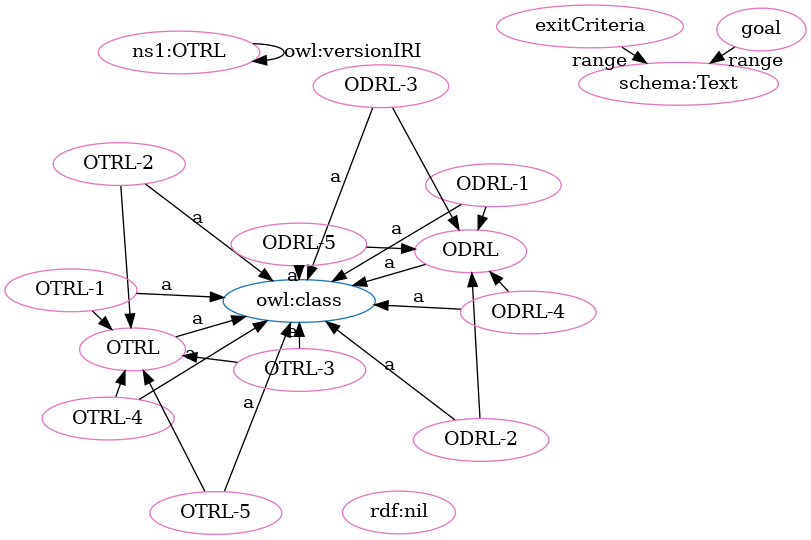
Earlier version of the Graphviz export OTRL-clean.png (OPEN-NEXT/OKH-LOSH). Its source is kept beside it as OTRL-clean.dot. Its diagram source:
```dot
digraph G {
  rankdir=BT
  node[height=.3]
"http://purl.org/oseg/ontologies/OTRL#ODRL" [fillcolor="#1f77b4" color="#1f77b4" label="ODRL"]
"http://www.w3.org/2002/07/owl#class" [fillcolor="#1f77b4" color="#1f77b4" label="owl:class"]
"http://purl.org/oseg/ontologies/OTRL#OTRL" [fillcolor="#1f77b4" color="#1f77b4" label="OTRL"]
"http://purl.org/oseg/ontologies/OTRL#ODRL" [fillcolor="#e377c2" color="#e377c2" label="ODRL"]
"http://purl.org/oseg/ontologies/OTRL" [fillcolor="#e377c2" color="#e377c2" label="ns1:OTRL"]
"http://purl.org/oseg/ontologies/OTRL#exitCriteria" [fillcolor="#e377c2" color="#e377c2" label="exitCriteria"]
"http://purl.org/oseg/ontologies/OTRL#OTRL-2" [fillcolor="#e377c2" color="#e377c2" label="OTRL-2"]
"http://purl.org/oseg/ontologies/OTRL#ODRL-1" [fillcolor="#e377c2" color="#e377c2" label="ODRL-1"]
"http://purl.org/oseg/ontologies/OTRL#ODRL-3" [fillcolor="#e377c2" color="#e377c2" label="ODRL-3"]
"http://purl.org/oseg/ontologies/OTRL#OTRL" [fillcolor="#e377c2" color="#e377c2" label="OTRL"]
"http://purl.org/oseg/ontologies/OTRL#OTRL-4" [fillcolor="#e377c2" color="#e377c2" label="OTRL-4"]
"http://purl.org/oseg/ontologies/OTRL#goal" [fillcolor="#e377c2" color="#e377c2" label="goal"]
"http://purl.org/oseg/ontologies/OTRL#ODRL-2" [fillcolor="#e377c2" color="#e377c2" label="ODRL-2"]
"http://purl.org/oseg/ontologies/OTRL#ODRL-5" [fillcolor="#e377c2" color="#e377c2" label="ODRL-5"]
"http://purl.org/oseg/ontologies/OTRL#OTRL-5" [fillcolor="#e377c2" color="#e377c2" label="OTRL-5"]
"http://schema.org/Text" [fillcolor="#e377c2" color="#e377c2" label="schema:Text"]
"http://purl.org/oseg/ontologies/OTRL#OTRL-3" [fillcolor="#e377c2" color="#e377c2" label="OTRL-3"]
"http://purl.org/oseg/ontologies/OTRL#OTRL-1" [fillcolor="#e377c2" color="#e377c2" label="OTRL-1"]
"http://purl.org/oseg/ontologies/OTRL#ODRL-4" [fillcolor="#e377c2" color="#e377c2" label="ODRL-4"]
"http://www.w3.org/1999/02/22-rdf-syntax-ns#nil" [fillcolor="#e377c2" color="#e377c2" label="rdf:nil"]
  "http://purl.org/oseg/ontologies/OTRL#OTRL-2" -> "http://www.w3.org/2002/07/owl#class" [label="a"]
  "http://purl.org/oseg/ontologies/OTRL#ODRL-1" -> "http://www.w3.org/2002/07/owl#class" [label="a"]
  "http://purl.org/oseg/ontologies/OTRL#ODRL-2" -> "http://www.w3.org/2002/07/owl#class" [label="a"]
  "http://purl.org/oseg/ontologies/OTRL#ODRL-3" -> "http://purl.org/oseg/ontologies/OTRL#ODRL" [label=""]
  "http://purl.org/oseg/ontologies/OTRL#OTRL-1" -> "http://purl.org/oseg/ontologies/OTRL#OTRL" [label=""]
  "http://purl.org/oseg/ontologies/OTRL#OTRL-1" -> "http://www.w3.org/2002/07/owl#class" [label="a"]
  "http://purl.org/oseg/ontologies/OTRL#ODRL-4" -> "http://www.w3.org/2002/07/owl#class" [label="a"]
  "http://purl.org/oseg/ontologies/OTRL#OTRL-4" -> "http://purl.org/oseg/ontologies/OTRL#OTRL" [label=""]
  "http://purl.org/oseg/ontologies/OTRL#goal" -> "http://schema.org/Text" [label="range"]
  "http://purl.org/oseg/ontologies/OTRL#ODRL" -> "http://www.w3.org/2002/07/owl#class" [label="a"]
  "http://purl.org/oseg/ontologies/OTRL#ODRL-2" -> "http://purl.org/oseg/ontologies/OTRL#ODRL" [label=""]
  "http://purl.org/oseg/ontologies/OTRL#ODRL-3" -> "http://www.w3.org/2002/07/owl#class" [label="a"]
  "http://purl.org/oseg/ontologies/OTRL#OTRL-4" -> "http://www.w3.org/2002/07/owl#class" [label="a"]
  "http://purl.org/oseg/ontologies/OTRL#OTRL-2" -> "http://purl.org/oseg/ontologies/OTRL#OTRL" [label=""]
  "http://purl.org/oseg/ontologies/OTRL" -> "http://purl.org/oseg/ontologies/OTRL" [label="owl:versionIRI"]
  "http://purl.org/oseg/ontologies/OTRL#OTRL-3" -> "http://purl.org/oseg/ontologies/OTRL#OTRL" [label=""]
  "http://purl.org/oseg/ontologies/OTRL#ODRL-5" -> "http://www.w3.org/2002/07/owl#class" [label="a"]
  "http://purl.org/oseg/ontologies/OTRL#ODRL-4" -> "http://purl.org/oseg/ontologies/OTRL#ODRL" [label=""]
  "http://purl.org/oseg/ontologies/OTRL#OTRL-5" -> "http://www.w3.org/2002/07/owl#class" [label="a"]
  "http://purl.org/oseg/ontologies/OTRL#exitCriteria" -> "http://schema.org/Text" [label="range"]
  "http://purl.org/oseg/ontologies/OTRL#OTRL-3" -> "http://www.w3.org/2002/07/owl#class" [label="a"]
  "http://purl.org/oseg/ontologies/OTRL#ODRL-5" -> "http://purl.org/oseg/ontologies/OTRL#ODRL" [label=""]
  "http://purl.org/oseg/ontologies/OTRL#OTRL" -> "http://www.w3.org/2002/07/owl#class" [label="a"]
  "http://purl.org/oseg/ontologies/OTRL#OTRL-5" -> "http://purl.org/oseg/ontologies/OTRL#OTRL" [label=""]
  "http://purl.org/oseg/ontologies/OTRL#ODRL-1" -> "http://purl.org/oseg/ontologies/OTRL#ODRL" [label=""]
}
```
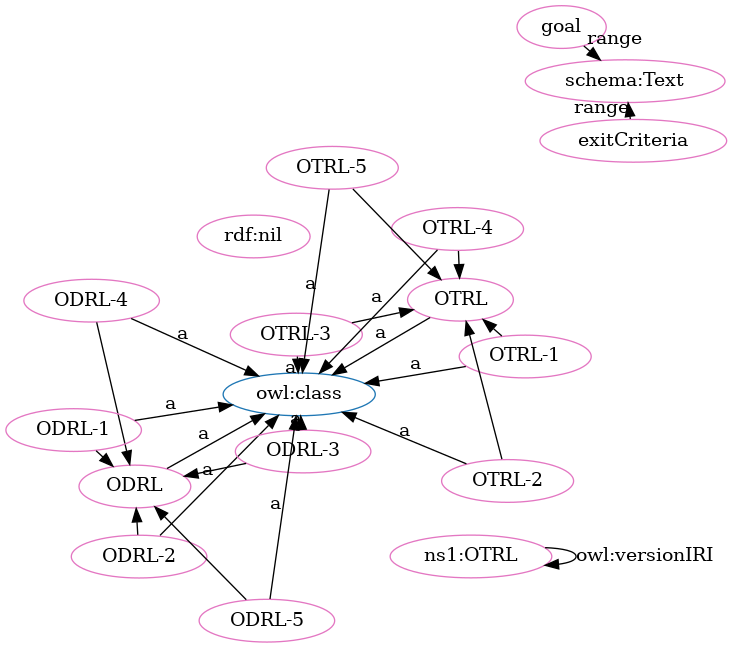
After the change.

The edit, as a diff of the source:
```diff
@@ -1,49 +1,49 @@
 digraph G {
   rankdir=BT
   node[height=.3]
-"http://purl.org/oseg/ontologies/OTRL#ODRL" [fillcolor="#1f77b4" color="#1f77b4" label="ODRL"]
 "http://www.w3.org/2002/07/owl#class" [fillcolor="#1f77b4" color="#1f77b4" label="owl:class"]
 "http://purl.org/oseg/ontologies/OTRL#OTRL" [fillcolor="#1f77b4" color="#1f77b4" label="OTRL"]
+"http://purl.org/oseg/ontologies/OTRL#ODRL" [fillcolor="#1f77b4" color="#1f77b4" label="ODRL"]
+"http://purl.org/oseg/ontologies/OTRL#ODRL-4" [fillcolor="#e377c2" color="#e377c2" label="ODRL-4"]
+"http://purl.org/oseg/ontologies/OTRL#OTRL-3" [fillcolor="#e377c2" color="#e377c2" label="OTRL-3"]
+"http://www.w3.org/1999/02/22-rdf-syntax-ns#nil" [fillcolor="#e377c2" color="#e377c2" label="rdf:nil"]
+"http://purl.org/oseg/ontologies/OTRL" [fillcolor="#e377c2" color="#e377c2" label="ns1:OTRL"]
+"http://purl.org/oseg/ontologies/OTRL#OTRL-4" [fillcolor="#e377c2" color="#e377c2" label="OTRL-4"]
+"http://purl.org/oseg/ontologies/OTRL#OTRL" [fillcolor="#e377c2" color="#e377c2" label="OTRL"]
 "http://purl.org/oseg/ontologies/OTRL#ODRL" [fillcolor="#e377c2" color="#e377c2" label="ODRL"]
-"http://purl.org/oseg/ontologies/OTRL" [fillcolor="#e377c2" color="#e377c2" label="ns1:OTRL"]
+"http://purl.org/oseg/ontologies/OTRL#ODRL-2" [fillcolor="#e377c2" color="#e377c2" label="ODRL-2"]
+"http://purl.org/oseg/ontologies/OTRL#OTRL-1" [fillcolor="#e377c2" color="#e377c2" label="OTRL-1"]
+"http://purl.org/oseg/ontologies/OTRL#goal" [fillcolor="#e377c2" color="#e377c2" label="goal"]
+"http://schema.org/Text" [fillcolor="#e377c2" color="#e377c2" label="schema:Text"]
 "http://purl.org/oseg/ontologies/OTRL#exitCriteria" [fillcolor="#e377c2" color="#e377c2" label="exitCriteria"]
-"http://purl.org/oseg/ontologies/OTRL#OTRL-2" [fillcolor="#e377c2" color="#e377c2" label="OTRL-2"]
 "http://purl.org/oseg/ontologies/OTRL#ODRL-1" [fillcolor="#e377c2" color="#e377c2" label="ODRL-1"]
 "http://purl.org/oseg/ontologies/OTRL#ODRL-3" [fillcolor="#e377c2" color="#e377c2" label="ODRL-3"]
-"http://purl.org/oseg/ontologies/OTRL#OTRL" [fillcolor="#e377c2" color="#e377c2" label="OTRL"]
-"http://purl.org/oseg/ontologies/OTRL#OTRL-4" [fillcolor="#e377c2" color="#e377c2" label="OTRL-4"]
-"http://purl.org/oseg/ontologies/OTRL#goal" [fillcolor="#e377c2" color="#e377c2" label="goal"]
-"http://purl.org/oseg/ontologies/OTRL#ODRL-2" [fillcolor="#e377c2" color="#e377c2" label="ODRL-2"]
+"http://purl.org/oseg/ontologies/OTRL#OTRL-2" [fillcolor="#e377c2" color="#e377c2" label="OTRL-2"]
+"http://purl.org/oseg/ontologies/OTRL#OTRL-5" [fillcolor="#e377c2" color="#e377c2" label="OTRL-5"]
 "http://purl.org/oseg/ontologies/OTRL#ODRL-5" [fillcolor="#e377c2" color="#e377c2" label="ODRL-5"]
-"http://purl.org/oseg/ontologies/OTRL#OTRL-5" [fillcolor="#e377c2" color="#e377c2" label="OTRL-5"]
-"http://schema.org/Text" [fillcolor="#e377c2" color="#e377c2" label="schema:Text"]
-"http://purl.org/oseg/ontologies/OTRL#OTRL-3" [fillcolor="#e377c2" color="#e377c2" label="OTRL-3"]
-"http://purl.org/oseg/ontologies/OTRL#OTRL-1" [fillcolor="#e377c2" color="#e377c2" label="OTRL-1"]
-"http://purl.org/oseg/ontologies/OTRL#ODRL-4" [fillcolor="#e377c2" color="#e377c2" label="ODRL-4"]
-"http://www.w3.org/1999/02/22-rdf-syntax-ns#nil" [fillcolor="#e377c2" color="#e377c2" label="rdf:nil"]
+  "http://purl.org/oseg/ontologies/OTRL#ODRL-4" -> "http://www.w3.org/2002/07/owl#class" [label="a"]
+  "http://purl.org/oseg/ontologies/OTRL#OTRL-3" -> "http://www.w3.org/2002/07/owl#class" [label="a"]
+  "http://purl.org/oseg/ontologies/OTRL#OTRL" -> "http://www.w3.org/2002/07/owl#class" [label="a"]
+  "http://purl.org/oseg/ontologies/OTRL#ODRL-2" -> "http://www.w3.org/2002/07/owl#class" [label="a"]
+  "http://purl.org/oseg/ontologies/OTRL#ODRL-1" -> "http://purl.org/oseg/ontologies/OTRL#ODRL" [label=""]
+  "http://purl.org/oseg/ontologies/OTRL#OTRL-1" -> "http://www.w3.org/2002/07/owl#class" [label="a"]
+  "http://purl.org/oseg/ontologies/OTRL#ODRL-3" -> "http://purl.org/oseg/ontologies/OTRL#ODRL" [label=""]
+  "http://purl.org/oseg/ontologies/OTRL#OTRL-3" -> "http://purl.org/oseg/ontologies/OTRL#OTRL" [label=""]
+  "http://purl.org/oseg/ontologies/OTRL#exitCriteria" -> "http://schema.org/Text" [label="range"]
+  "http://purl.org/oseg/ontologies/OTRL#OTRL-2" -> "http://purl.org/oseg/ontologies/OTRL#OTRL" [label=""]
+  "http://purl.org/oseg/ontologies/OTRL#ODRL-1" -> "http://www.w3.org/2002/07/owl#class" [label="a"]
+  "http://purl.org/oseg/ontologies/OTRL#ODRL-3" -> "http://www.w3.org/2002/07/owl#class" [label="a"]
   "http://purl.org/oseg/ontologies/OTRL#OTRL-2" -> "http://www.w3.org/2002/07/owl#class" [label="a"]
-  "http://purl.org/oseg/ontologies/OTRL#ODRL-1" -> "http://www.w3.org/2002/07/owl#class" [label="a"]
-  "http://purl.org/oseg/ontologies/OTRL#ODRL-2" -> "http://www.w3.org/2002/07/owl#class" [label="a"]
-  "http://purl.org/oseg/ontologies/OTRL#ODRL-3" -> "http://purl.org/oseg/ontologies/OTRL#ODRL" [label=""]
   "http://purl.org/oseg/ontologies/OTRL#OTRL-1" -> "http://purl.org/oseg/ontologies/OTRL#OTRL" [label=""]
-  "http://purl.org/oseg/ontologies/OTRL#OTRL-1" -> "http://www.w3.org/2002/07/owl#class" [label="a"]
-  "http://purl.org/oseg/ontologies/OTRL#ODRL-4" -> "http://www.w3.org/2002/07/owl#class" [label="a"]
+  "http://purl.org/oseg/ontologies/OTRL#ODRL" -> "http://www.w3.org/2002/07/owl#class" [label="a"]
+  "http://purl.org/oseg/ontologies/OTRL#ODRL-5" -> "http://www.w3.org/2002/07/owl#class" [label="a"]
+  "http://purl.org/oseg/ontologies/OTRL#ODRL-5" -> "http://purl.org/oseg/ontologies/OTRL#ODRL" [label=""]
+  "http://purl.org/oseg/ontologies/OTRL" -> "http://purl.org/oseg/ontologies/OTRL" [label="owl:versionIRI"]
+  "http://purl.org/oseg/ontologies/OTRL#OTRL-4" -> "http://www.w3.org/2002/07/owl#class" [label="a"]
   "http://purl.org/oseg/ontologies/OTRL#OTRL-4" -> "http://purl.org/oseg/ontologies/OTRL#OTRL" [label=""]
   "http://purl.org/oseg/ontologies/OTRL#goal" -> "http://schema.org/Text" [label="range"]
-  "http://purl.org/oseg/ontologies/OTRL#ODRL" -> "http://www.w3.org/2002/07/owl#class" [label="a"]
+  "http://purl.org/oseg/ontologies/OTRL#ODRL-4" -> "http://purl.org/oseg/ontologies/OTRL#ODRL" [label=""]
   "http://purl.org/oseg/ontologies/OTRL#ODRL-2" -> "http://purl.org/oseg/ontologies/OTRL#ODRL" [label=""]
-  "http://purl.org/oseg/ontologies/OTRL#ODRL-3" -> "http://www.w3.org/2002/07/owl#class" [label="a"]
-  "http://purl.org/oseg/ontologies/OTRL#OTRL-4" -> "http://www.w3.org/2002/07/owl#class" [label="a"]
-  "http://purl.org/oseg/ontologies/OTRL#OTRL-2" -> "http://purl.org/oseg/ontologies/OTRL#OTRL" [label=""]
-  "http://purl.org/oseg/ontologies/OTRL" -> "http://purl.org/oseg/ontologies/OTRL" [label="owl:versionIRI"]
-  "http://purl.org/oseg/ontologies/OTRL#OTRL-3" -> "http://purl.org/oseg/ontologies/OTRL#OTRL" [label=""]
-  "http://purl.org/oseg/ontologies/OTRL#ODRL-5" -> "http://www.w3.org/2002/07/owl#class" [label="a"]
-  "http://purl.org/oseg/ontologies/OTRL#ODRL-4" -> "http://purl.org/oseg/ontologies/OTRL#ODRL" [label=""]
   "http://purl.org/oseg/ontologies/OTRL#OTRL-5" -> "http://www.w3.org/2002/07/owl#class" [label="a"]
-  "http://purl.org/oseg/ontologies/OTRL#exitCriteria" -> "http://schema.org/Text" [label="range"]
-  "http://purl.org/oseg/ontologies/OTRL#OTRL-3" -> "http://www.w3.org/2002/07/owl#class" [label="a"]
-  "http://purl.org/oseg/ontologies/OTRL#ODRL-5" -> "http://purl.org/oseg/ontologies/OTRL#ODRL" [label=""]
-  "http://purl.org/oseg/ontologies/OTRL#OTRL" -> "http://www.w3.org/2002/07/owl#class" [label="a"]
   "http://purl.org/oseg/ontologies/OTRL#OTRL-5" -> "http://purl.org/oseg/ontologies/OTRL#OTRL" [label=""]
-  "http://purl.org/oseg/ontologies/OTRL#ODRL-1" -> "http://purl.org/oseg/ontologies/OTRL#ODRL" [label=""]
 }
```
